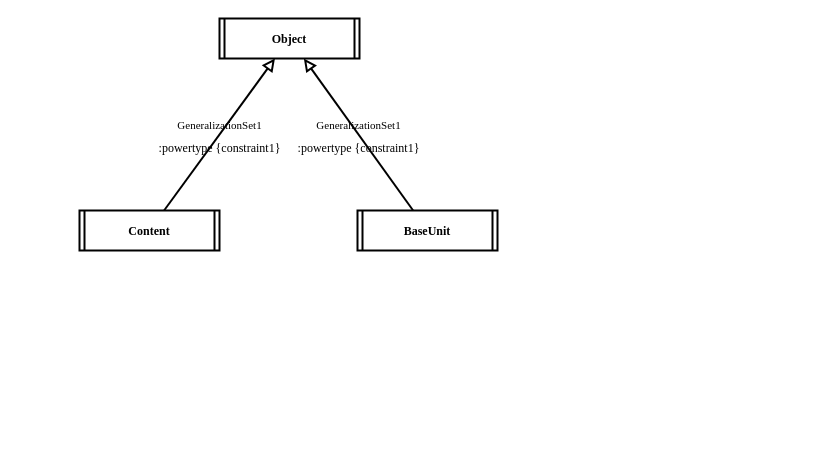
This is page "程序类图" (10 of 10) of Analyse/总体分析框架.drawio from EntelechySystem/EntelechySystem_theory, a draw.io file, before an edit. Source tidied: cells renumbered, new cells numbered last; positions are measured from the earlier drawing's top-left corner, leaving out a move shared by most shapes. Both pictures are drawn from the tidied source at 100%, with x=0, y=0 at pixel (79, 18).
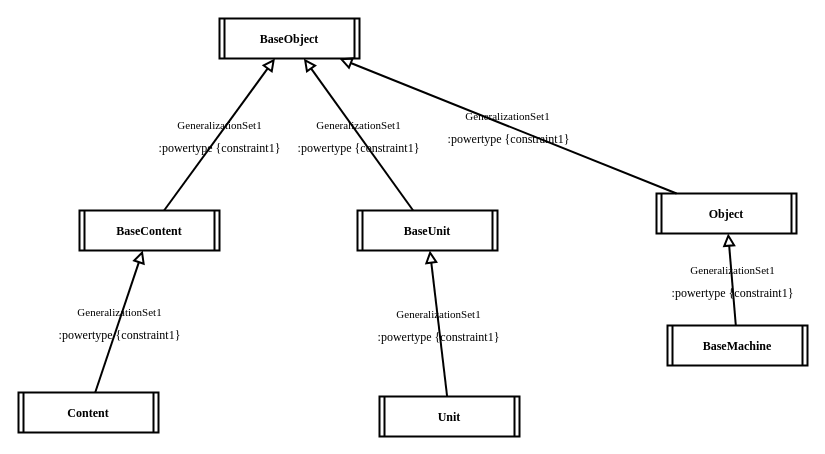
After the change.

The change refers to these unchanged cells:
```xml
<mxCell id="4" value="BaseUnit" style="shape=process2;fixedSize=1;size=5;fontStyle=1;fontFamily=Times New Roman;strokeWidth=2;" parent="1" vertex="1">
  <mxGeometry x="278" y="192" width="140" height="40" as="geometry" />
</mxCell>
```

Change to the diagram source:
```diff
@@
-    <mxCell id="2" value="Object" style="shape=process2;fixedSize=1;size=5;fontStyle=1;fontFamily=Times New Roman;strokeWidth=2;" parent="1" vertex="1">
+    <mxCell id="2" value="BaseObject" style="shape=process2;fixedSize=1;size=5;fontStyle=1;fontFamily=Times New Roman;strokeWidth=2;" parent="1" vertex="1">
       <mxGeometry x="140" width="140" height="40" as="geometry" />
     </mxCell>
-    <mxCell id="3" value="Content" style="shape=process2;fixedSize=1;size=5;fontStyle=1;fontFamily=Times New Roman;strokeWidth=2;" parent="1" vertex="1">
+    <mxCell id="3" value="BaseContent" style="shape=process2;fixedSize=1;size=5;fontStyle=1;fontFamily=Times New Roman;strokeWidth=2;" parent="1" vertex="1">
       <mxGeometry y="192" width="140" height="40" as="geometry" />
     </mxCell>
@@
+    <mxCell id="9" value="Content" style="shape=process2;fixedSize=1;size=5;fontStyle=1;fontFamily=Times New Roman;strokeWidth=2;" parent="1" vertex="1">
+      <mxGeometry x="-61" y="374" width="140" height="40" as="geometry" />
+    </mxCell>
+    <mxCell id="10" value="GeneralizationSet1" style="endArrow=block;html=1;rounded=0;align=center;verticalAlign=bottom;endFill=0;labelBackgroundColor=none;endSize=8;fontFamily=Times New Roman;strokeWidth=2;" parent="1" edge="1" source="9" target="3">
+      <mxGeometry relative="1" as="geometry" />
+    </mxCell>
+    <mxCell id="11" value=":powertype {constraint1}" style="html=1;align=center;verticalAlign=top;labelBackgroundColor=none;fontFamily=Times New Roman;strokeWidth=2;" parent="10" vertex="1">
+      <mxGeometry relative="1" as="geometry" />
+    </mxCell>
+    <mxCell id="12" value="Unit" style="shape=process2;fixedSize=1;size=5;fontStyle=1;fontFamily=Times New Roman;strokeWidth=2;" parent="1" vertex="1">
+      <mxGeometry x="300" y="378" width="140" height="40" as="geometry" />
+    </mxCell>
+    <mxCell id="13" value="GeneralizationSet1" style="endArrow=block;html=1;rounded=0;align=center;verticalAlign=bottom;endFill=0;labelBackgroundColor=none;endSize=8;fontFamily=Times New Roman;strokeWidth=2;" parent="1" edge="1" source="12" target="4">
+      <mxGeometry relative="1" as="geometry" />
+    </mxCell>
+    <mxCell id="14" value=":powertype {constraint1}" style="html=1;align=center;verticalAlign=top;labelBackgroundColor=none;fontFamily=Times New Roman;strokeWidth=2;" parent="13" vertex="1">
+      <mxGeometry relative="1" as="geometry" />
+    </mxCell>
+    <mxCell id="15" value="Object" style="shape=process2;fixedSize=1;size=5;fontStyle=1;fontFamily=Times New Roman;strokeWidth=2;" parent="1" vertex="1">
+      <mxGeometry x="577" y="175" width="140" height="40" as="geometry" />
+    </mxCell>
+    <mxCell id="16" value="GeneralizationSet1" style="endArrow=block;html=1;rounded=0;align=center;verticalAlign=bottom;endFill=0;labelBackgroundColor=none;endSize=8;fontFamily=Times New Roman;strokeWidth=2;" parent="1" edge="1" source="15" target="2">
+      <mxGeometry relative="1" as="geometry" />
+    </mxCell>
+    <mxCell id="17" value=":powertype {constraint1}" style="html=1;align=center;verticalAlign=top;labelBackgroundColor=none;fontFamily=Times New Roman;strokeWidth=2;" parent="16" vertex="1">
+      <mxGeometry relative="1" as="geometry" />
+    </mxCell>
+    <mxCell id="18" value="BaseMachine" style="shape=process2;fixedSize=1;size=5;fontStyle=1;fontFamily=Times New Roman;strokeWidth=2;" parent="1" vertex="1">
+      <mxGeometry x="588" y="307" width="140" height="40" as="geometry" />
+    </mxCell>
+    <mxCell id="19" value="GeneralizationSet1" style="endArrow=block;html=1;rounded=0;align=center;verticalAlign=bottom;endFill=0;labelBackgroundColor=none;endSize=8;fontFamily=Times New Roman;strokeWidth=2;" parent="1" edge="1" source="18" target="15">
+      <mxGeometry relative="1" as="geometry" />
+    </mxCell>
+    <mxCell id="20" value=":powertype {constraint1}" style="html=1;align=center;verticalAlign=top;labelBackgroundColor=none;fontFamily=Times New Roman;strokeWidth=2;" parent="19" vertex="1">
+      <mxGeometry relative="1" as="geometry" />
+    </mxCell>
```
